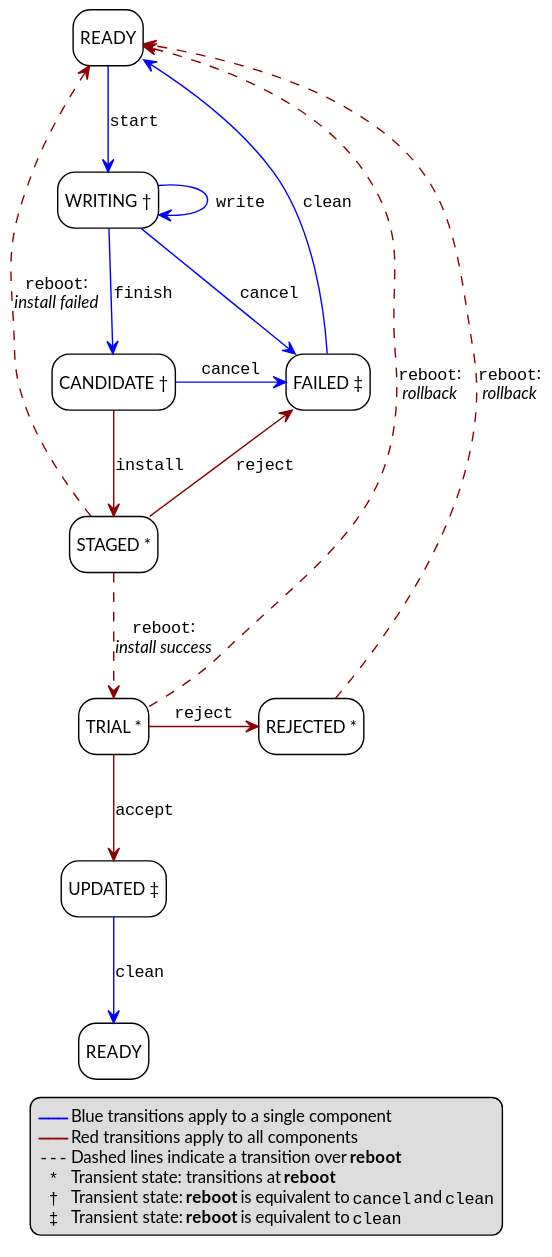
The PlantUML diagram doc/fwu/figure/states/volatile.svg in ARM-software/psa-api, before a commit. Its source is kept beside it as doc/fwu/figure/states/volatile.puml.
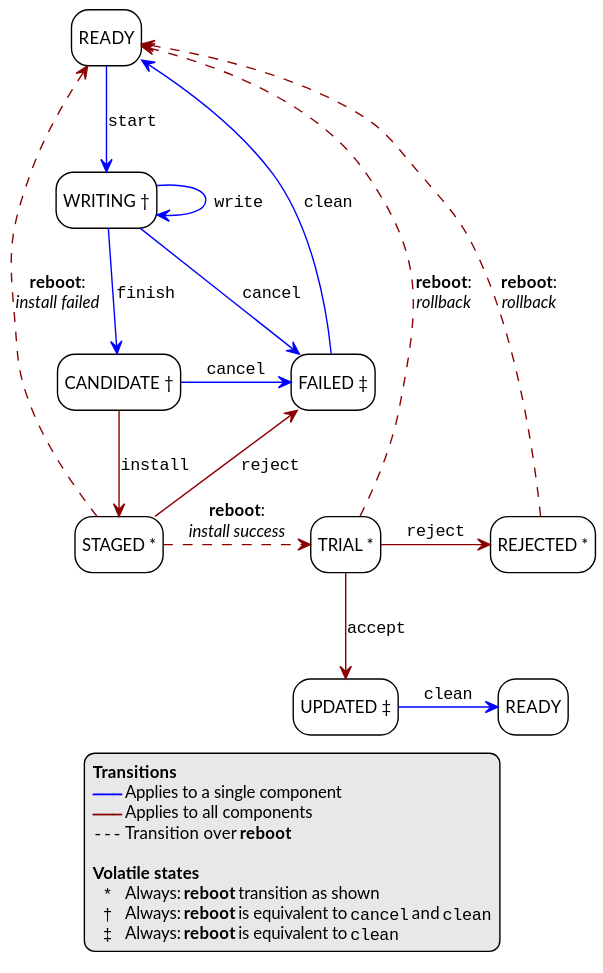
Later version of the same file.

Change to the diagram source:
```diff
@@ -4,13 +4,16 @@
 
 skinparam LegendFontSize 12
 
-legend bottom
-  <color:blue>--""———""--</color> Blue transitions apply to a single component
-  <color:darkred>--""———""--</color> Red transitions apply to all components
-  ""---"" Dashed lines indicate a transition over **reboot**
-  "" * "" Transient state: transitions at **reboot**
-  "" † "" Transient state: **reboot** is equivalent to ""cancel"" and ""clean""
-  "" ‡ "" Transient state: **reboot** is equivalent to ""clean""
+legend
+  **Transitions**
+  <color:blue>--""———""--</color> Applies to a single component
+  <color:darkred>--""———""--</color> Applies to all components
+  ""---"" Transition over **reboot**
+
+  **Volatile states**
+  "" * "" Always: **reboot** transition as shown
+  "" † "" Always: **reboot** is equivalent to ""cancel"" and ""clean""
+  "" ‡ "" Always: **reboot** is equivalent to ""clean""
 end legend
 
 state Start as "READY"
@@ -26,22 +29,22 @@
 Start -[#blue]-> Writing : ""start""
 Writing -[#blue]-> Writing : ""write""
 Writing -[#blue]-> Candidate : ""finish""
-Writing -d[#blue]-> Failed : ""cancel""
+Writing -[#blue]-> Failed : ""cancel""
 Candidate -[#darkred]-> Staged : ""install""
 Candidate -r[#blue]-> Failed : ""cancel""
 
-Staged -[#darkred,dashed]-> Trial : ""reboot"":\n//install success//
-Staged -u[#darkred,dashed]-> Start : ""reboot"":\n//install failed//
+Staged -r[#darkred,dashed]-> Trial : **reboot**:\n//install success//
+Staged -[#darkred,dashed]-> Start : **reboot**:\n//install failed//
 Staged -u[#darkred]-> Failed : ""reject""
 
 Trial -[#darkred]-> Updated : ""accept""
 
 Failed -u[#blue]-> Start: ""clean""
 Trial -r[#darkred]-> Rejected : ""reject""
-Rejected -[#darkred,dashed,norank]-> Start : ""reboot"":\n//rollback//
+Rejected -[#darkred,dashed,norank]-> Start : **reboot**:\n//rollback//
 
-Trial -[#darkred,dashed,norank]-> Start : ""reboot"":\n//rollback//
+Trial -[#darkred,dashed,norank]-> Start : **reboot**:\n//rollback//
 
-Updated -[#blue]-> End : ""clean""
+Updated -r[#blue]-> End : ""clean""
 
 @enduml
```
